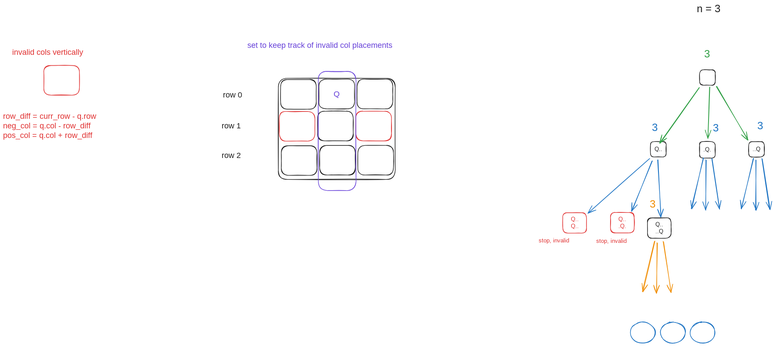
Above: DSA/LC/51_n-queens.excalidraw.svg in PabloNicolla/learning-ground (Excalidraw), before the change. Source tidied: one line per element, renumbered; positions are measured from the earlier drawing's top-left corner, leaving out a move shared by most shapes. Source of this version:
```json
{"id": 0, "type": "rectangle", "strokeColor": "#1e1e1e", "strokeWidth": 2, "roughness": 1, "round": true, "x": 2444, "y": 235, "width": 55, "height": 54}
{"id": 1, "type": "rectangle", "strokeColor": "#1e1e1e", "strokeWidth": 2, "roughness": 1, "round": true, "x": 2444, "y": 487, "width": 55, "height": 58}
{"id": 2, "type": "text", "text": ".Q.", "strokeColor": "#1e1e1e", "strokeWidth": 2, "roughness": 1, "fontSize": 20, "fontFamily": 3, "textAlign": "center", "verticalAlign": "middle", "inside": 1, "x": 2454, "y": 504, "width": 35, "height": 24}
{"id": 3, "type": "rectangle", "strokeColor": "#1e1e1e", "strokeWidth": 2, "roughness": 1, "round": true, "x": 2616, "y": 487, "width": 55, "height": 54}
{"id": 4, "type": "text", "text": "..Q", "strokeColor": "#1e1e1e", "strokeWidth": 2, "roughness": 1, "fontSize": 20, "fontFamily": 1, "textAlign": "center", "verticalAlign": "middle", "inside": 3, "x": 2631, "y": 501, "width": 25, "height": 25}
{"id": 5, "type": "rectangle", "strokeColor": "#1e1e1e", "strokeWidth": 2, "roughness": 1, "round": true, "x": 2272, "y": 487, "width": 55, "height": 54}
{"id": 6, "type": "text", "text": "Q..", "strokeColor": "#1e1e1e", "strokeWidth": 2, "roughness": 1, "fontSize": 20, "fontFamily": 3, "textAlign": "center", "verticalAlign": "middle", "inside": 5, "x": 2282, "y": 502, "width": 35, "height": 24}
{"id": 7, "type": "arrow", "strokeColor": "#2f9e44", "strokeWidth": 2, "roughness": 1, "endArrowhead": "arrow", "round": true, "from": 0, "to": 3, "x": 2503, "y": 294, "width": 111, "height": 188, "points": [[0, 0], [111, 188]]}
{"id": 8, "type": "arrow", "strokeColor": "#2f9e44", "strokeWidth": 2, "roughness": 1, "endArrowhead": "arrow", "round": true, "from": 0, "to": 1, "x": 2480, "y": 296, "width": 7, "height": 180, "points": [[0, 0], [-7, 180]]}
{"id": 9, "type": "arrow", "strokeColor": "#2f9e44", "strokeWidth": 2, "roughness": 1, "endArrowhead": "arrow", "round": true, "from": 0, "to": 13, "x": 2443, "y": 296, "width": 137, "height": 197, "points": [[0, 0], [-137, 197]]}
{"id": 10, "type": "text", "text": "3", "strokeColor": "#2f9e44", "strokeWidth": 2, "roughness": 1, "fontSize": 36, "fontFamily": 1, "x": 2461, "y": 159, "width": 25, "height": 45}
{"id": 11, "type": "text", "text": "3", "strokeColor": "#1971c2", "strokeWidth": 2, "roughness": 1, "fontSize": 36, "fontFamily": 1, "x": 2647, "y": 412, "width": 25, "height": 45}
{"id": 12, "type": "text", "text": "3", "strokeColor": "#1971c2", "strokeWidth": 2, "roughness": 1, "fontSize": 36, "fontFamily": 1, "x": 2491, "y": 420, "width": 25, "height": 45}
{"id": 13, "type": "text", "text": "3", "strokeColor": "#1971c2", "strokeWidth": 2, "roughness": 1, "fontSize": 36, "fontFamily": 1, "x": 2277, "y": 418, "width": 25, "height": 45}
{"id": 14, "type": "text", "text": "n = 3", "strokeColor": "#1e1e1e", "strokeWidth": 2, "roughness": 1, "fontSize": 36, "fontFamily": 1, "x": 2434, "y": 0, "width": 100, "height": 45}
{"id": 15, "type": "arrow", "strokeColor": "#1971c2", "strokeWidth": 2, "roughness": 1, "endArrowhead": "arrow", "round": true, "from": 1, "x": 2458, "y": 545, "width": 42, "height": 178, "points": [[0, 0], [-42, 178]]}
{"id": 16, "type": "arrow", "strokeColor": "#1971c2", "strokeWidth": 2, "roughness": 1, "endArrowhead": "arrow", "round": true, "from": 1, "x": 2467, "y": 551, "width": 1, "height": 176, "points": [[0, 0], [-1, 176]]}
{"id": 17, "type": "arrow", "strokeColor": "#1971c2", "strokeWidth": 2, "roughness": 1, "endArrowhead": "arrow", "round": true, "from": 1, "x": 2488, "y": 546, "width": 27, "height": 178, "points": [[0, 0], [27, 178]]}
{"id": 18, "type": "arrow", "strokeColor": "#1971c2", "strokeWidth": 2, "roughness": 1, "endArrowhead": "arrow", "round": true, "from": 3, "x": 2633, "y": 545, "width": 42, "height": 178, "points": [[0, 0], [-42, 178]]}
{"id": 19, "type": "arrow", "strokeColor": "#1971c2", "strokeWidth": 2, "roughness": 1, "endArrowhead": "arrow", "round": true, "from": 3, "x": 2642, "y": 551, "width": 1, "height": 176, "points": [[0, 0], [-1, 176]]}
{"id": 20, "type": "arrow", "strokeColor": "#1971c2", "strokeWidth": 2, "roughness": 1, "endArrowhead": "arrow", "round": true, "from": 3, "x": 2663, "y": 546, "width": 27, "height": 178, "points": [[0, 0], [27, 178]]}
{"id": 21, "type": "arrow", "strokeColor": "#1971c2", "strokeWidth": 2, "roughness": 1, "endArrowhead": "arrow", "round": true, "from": 5, "to": 24, "x": 2268, "y": 548, "width": 214, "height": 189, "points": [[0, 0], [-214, 189]]}
{"id": 22, "type": "arrow", "strokeColor": "#1971c2", "strokeWidth": 2, "roughness": 1, "endArrowhead": "arrow", "round": true, "from": 5, "to": 26, "x": 2277, "y": 555, "width": 71, "height": 176, "points": [[0, 0], [-71, 176]]}
{"id": 23, "type": "arrow", "strokeColor": "#1971c2", "strokeWidth": 2, "roughness": 1, "endArrowhead": "arrow", "round": true, "from": 5, "to": 28, "x": 2298, "y": 550, "width": 12, "height": 201, "points": [[0, 0], [12, 201]]}
{"id": 24, "type": "rectangle", "strokeColor": "#e03131", "strokeWidth": 2, "roughness": 1, "round": true, "x": 1964, "y": 737, "width": 83, "height": 72}
{"id": 25, "type": "text", "text": "Q..\nQ..", "strokeColor": "#e03131", "strokeWidth": 2, "roughness": 1, "fontSize": 20, "fontFamily": 3, "textAlign": "center", "verticalAlign": "middle", "inside": 24, "x": 1988, "y": 748, "width": 35, "height": 48}
{"id": 26, "type": "rectangle", "strokeColor": "#e03131", "strokeWidth": 2, "roughness": 1, "round": true, "x": 2132, "y": 736, "width": 83, "height": 72}
{"id": 27, "type": "text", "text": "Q..\n.Q.", "strokeColor": "#e03131", "strokeWidth": 2, "roughness": 1, "fontSize": 20, "fontFamily": 3, "textAlign": "center", "verticalAlign": "middle", "inside": 26, "x": 2155, "y": 748, "width": 35, "height": 48}
{"id": 28, "type": "rectangle", "strokeColor": "#1e1e1e", "strokeWidth": 2, "roughness": 1, "round": true, "x": 2261, "y": 755, "width": 83, "height": 72}
{"id": 29, "type": "text", "text": "Q..\n..Q", "strokeColor": "#1e1e1e", "strokeWidth": 2, "roughness": 1, "fontSize": 20, "fontFamily": 3, "textAlign": "center", "verticalAlign": "middle", "inside": 28, "x": 2285, "y": 766, "width": 35, "height": 48}
{"id": 30, "type": "arrow", "strokeColor": "#f08c00", "strokeWidth": 2, "roughness": 1, "endArrowhead": "arrow", "round": true, "from": 28, "x": 2286, "y": 837, "width": 42, "height": 178, "points": [[0, 0], [-42, 178]]}
{"id": 31, "type": "arrow", "strokeColor": "#f08c00", "strokeWidth": 2, "roughness": 1, "endArrowhead": "arrow", "round": true, "from": 28, "x": 2296, "y": 842, "width": 1, "height": 176, "points": [[0, 0], [-1, 176]]}
{"id": 32, "type": "arrow", "strokeColor": "#f08c00", "strokeWidth": 2, "roughness": 1, "endArrowhead": "arrow", "round": true, "from": 28, "x": 2317, "y": 838, "width": 27, "height": 178, "points": [[0, 0], [27, 178]]}
{"id": 33, "type": "text", "text": "3", "strokeColor": "#f08c00", "strokeWidth": 2, "roughness": 1, "fontSize": 36, "fontFamily": 1, "x": 2270, "y": 687, "width": 25, "height": 45}
{"id": 34, "type": "text", "text": "stop, invalid", "strokeColor": "#e03131", "strokeWidth": 2, "roughness": 1, "fontSize": 20, "fontFamily": 3, "x": 1880, "y": 823, "width": 152, "height": 24}
{"id": 35, "type": "text", "text": "stop, invalid", "strokeColor": "#e03131", "strokeWidth": 2, "roughness": 1, "fontSize": 20, "fontFamily": 3, "x": 2082, "y": 824, "width": 152, "height": 24}
{"id": 36, "type": "ellipse", "strokeColor": "#1971c2", "strokeWidth": 2, "roughness": 1, "round": true, "x": 2201, "y": 1120, "width": 87, "height": 74}
{"id": 37, "type": "ellipse", "strokeColor": "#1971c2", "strokeWidth": 2, "roughness": 1, "round": true, "x": 2307, "y": 1120, "width": 87, "height": 74}
{"id": 38, "type": "ellipse", "strokeColor": "#1971c2", "strokeWidth": 2, "roughness": 1, "round": true, "x": 2411, "y": 1120, "width": 87, "height": 74}
{"id": 39, "type": "rectangle", "strokeColor": "#1e1e1e", "strokeWidth": 2, "roughness": 1, "round": true, "x": 966, "y": 265, "width": 410, "height": 355}
{"id": 40, "type": "rectangle", "strokeColor": "#1e1e1e", "strokeWidth": 2, "roughness": 1, "round": true, "x": 974, "y": 269, "width": 125, "height": 104}
{"id": 41, "type": "rectangle", "strokeColor": "#1e1e1e", "strokeWidth": 2, "roughness": 1, "round": true, "x": 1109, "y": 268, "width": 125, "height": 104}
{"id": 42, "type": "text", "text": "Q", "strokeColor": "#6741d9", "strokeWidth": 2, "roughness": 1, "fontSize": 28, "fontFamily": 3, "textAlign": "center", "verticalAlign": "middle", "inside": 41, "x": 1163, "y": 303, "width": 16, "height": 34}
{"id": 43, "type": "rectangle", "strokeColor": "#1e1e1e", "strokeWidth": 2, "roughness": 1, "round": true, "x": 1243, "y": 268, "width": 125, "height": 104}
{"id": 44, "type": "rectangle", "strokeColor": "#e03131", "strokeWidth": 2, "roughness": 1, "round": true, "x": 970, "y": 381, "width": 125, "height": 104}
{"id": 45, "type": "rectangle", "strokeColor": "#1e1e1e", "strokeWidth": 2, "roughness": 1, "round": true, "x": 1104, "y": 380, "width": 125, "height": 104}
{"id": 46, "type": "rectangle", "strokeColor": "#e03131", "strokeWidth": 2, "roughness": 1, "round": true, "x": 1238, "y": 380, "width": 125, "height": 104}
{"id": 47, "type": "rectangle", "strokeColor": "#1e1e1e", "strokeWidth": 2, "roughness": 1, "round": true, "x": 977, "y": 501, "width": 125, "height": 104}
{"id": 48, "type": "rectangle", "strokeColor": "#1e1e1e", "strokeWidth": 2, "roughness": 1, "round": true, "x": 1111, "y": 500, "width": 125, "height": 104}
{"id": 49, "type": "rectangle", "strokeColor": "#1e1e1e", "strokeWidth": 2, "roughness": 1, "round": true, "x": 1245, "y": 500, "width": 125, "height": 104}
{"id": 50, "type": "text", "text": "set to keep track of invalid col placements", "strokeColor": "#6741d9", "strokeWidth": 2, "roughness": 1, "fontSize": 28, "fontFamily": 3, "x": 858, "y": 132, "width": 705, "height": 34}
{"id": 51, "type": "rectangle", "strokeColor": "#6741d9", "strokeWidth": 2, "roughness": 1, "round": true, "x": 1107, "y": 241, "width": 132, "height": 418}
{"id": 52, "type": "text", "text": "row 0", "strokeColor": "#1e1e1e", "strokeWidth": 2, "roughness": 1, "fontSize": 28, "fontFamily": 3, "x": 772, "y": 307, "width": 82, "height": 34}
{"id": 53, "type": "text", "text": "row 1", "strokeColor": "#1e1e1e", "strokeWidth": 2, "roughness": 1, "fontSize": 28, "fontFamily": 3, "x": 768, "y": 414, "width": 82, "height": 34}
{"id": 54, "type": "text", "text": "row 2", "strokeColor": "#1e1e1e", "strokeWidth": 2, "roughness": 1, "fontSize": 28, "fontFamily": 3, "x": 768, "y": 519, "width": 82, "height": 34}
{"id": 55, "type": "rectangle", "strokeColor": "#e03131", "strokeWidth": 2, "roughness": 1, "round": true, "x": 144, "y": 220, "width": 125, "height": 104}
{"id": 56, "type": "text", "text": "invalid cols vertically", "strokeColor": "#e03131", "strokeWidth": 2, "roughness": 1, "fontSize": 28, "fontFamily": 3, "x": 33, "y": 157, "width": 377, "height": 34}
{"id": 57, "type": "text", "text": "row_diff = curr_row - q.row\nneg_col = q.col - row_diff\npos_col = q.col + row_diff", "strokeColor": "#e03131", "strokeWidth": 2, "roughness": 1, "fontSize": 28, "fontFamily": 3, "x": 0, "y": 381, "width": 443, "height": 101}
```
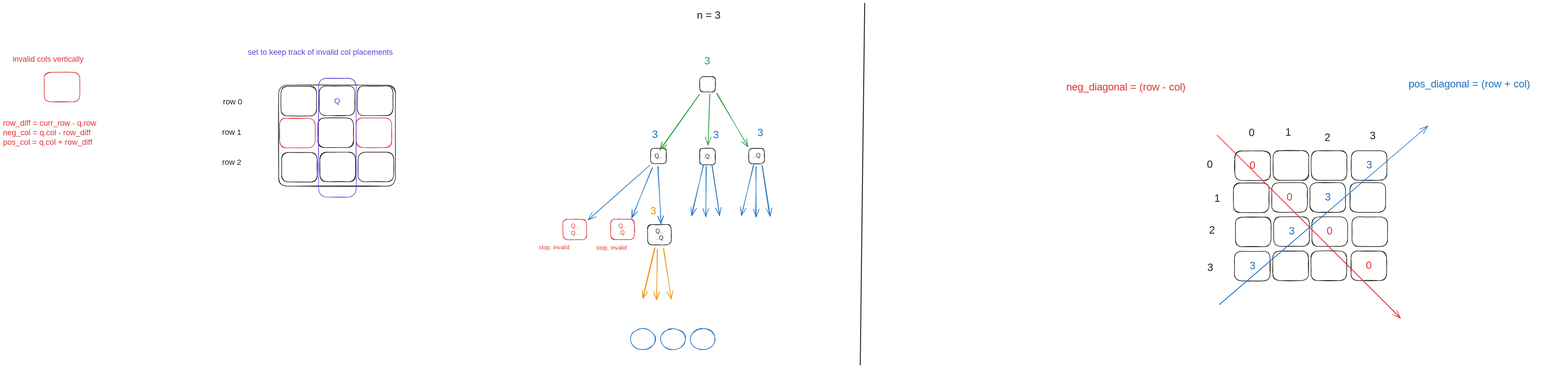
Later version of the same file.

The edit, as a diff of the source:
```diff
@@ -56,3 +56,40 @@
 {"id": 55, "type": "rectangle", "strokeColor": "#e03131", "strokeWidth": 2, "roughness": 1, "round": true, "x": 144, "y": 220, "width": 125, "height": 104}
 {"id": 56, "type": "text", "text": "invalid cols vertically", "strokeColor": "#e03131", "strokeWidth": 2, "roughness": 1, "fontSize": 28, "fontFamily": 3, "x": 33, "y": 157, "width": 377, "height": 34}
 {"id": 57, "type": "text", "text": "row_diff = curr_row - q.row\nneg_col = q.col - row_diff\npos_col = q.col + row_diff", "strokeColor": "#e03131", "strokeWidth": 2, "roughness": 1, "fontSize": 28, "fontFamily": 3, "x": 0, "y": 381, "width": 443, "height": 101}
+{"id": 58, "type": "line", "strokeColor": "#1e1e1e", "strokeWidth": 2, "roughness": 1, "round": true, "x": 3007, "y": 1249, "width": 17, "height": 1271, "points": [[0, 0], [17, -1271]]}
+{"id": 59, "type": "rectangle", "strokeColor": "#1e1e1e", "strokeWidth": 2, "roughness": 1, "round": true, "x": 4322, "y": 496, "width": 125, "height": 104}
+{"id": 60, "type": "text", "text": "0", "strokeColor": "#e03131", "strokeWidth": 2, "roughness": 1, "fontSize": 36, "fontFamily": 3, "textAlign": "center", "verticalAlign": "middle", "inside": 59, "x": 4374, "y": 527, "width": 21, "height": 43}
+{"id": 61, "type": "rectangle", "strokeColor": "#1e1e1e", "strokeWidth": 2, "roughness": 1, "round": true, "x": 4456, "y": 495, "width": 125, "height": 104}
+{"id": 62, "type": "rectangle", "strokeColor": "#1e1e1e", "strokeWidth": 2, "roughness": 1, "round": true, "x": 4590, "y": 495, "width": 125, "height": 104}
+{"id": 63, "type": "rectangle", "strokeColor": "#1e1e1e", "strokeWidth": 2, "roughness": 1, "round": true, "x": 4317, "y": 609, "width": 125, "height": 104}
+{"id": 64, "type": "rectangle", "strokeColor": "#1e1e1e", "strokeWidth": 2, "roughness": 1, "round": true, "x": 4452, "y": 608, "width": 125, "height": 104}
+{"id": 65, "type": "text", "text": "0", "strokeColor": "#e03131", "strokeWidth": 2, "roughness": 1, "fontSize": 36, "fontFamily": 3, "textAlign": "center", "verticalAlign": "middle", "inside": 64, "x": 4504, "y": 638, "width": 21, "height": 43}
+{"id": 66, "type": "rectangle", "strokeColor": "#1e1e1e", "strokeWidth": 2, "roughness": 1, "round": true, "x": 4586, "y": 608, "width": 125, "height": 104}
+{"id": 67, "type": "text", "text": "3", "strokeColor": "#1971c2", "strokeWidth": 2, "roughness": 1, "fontSize": 36, "fontFamily": 3, "textAlign": "center", "verticalAlign": "middle", "inside": 66, "x": 4638, "y": 638, "width": 21, "height": 43}
+{"id": 68, "type": "rectangle", "strokeColor": "#1e1e1e", "strokeWidth": 2, "roughness": 1, "round": true, "x": 4324, "y": 729, "width": 125, "height": 104}
+{"id": 69, "type": "rectangle", "strokeColor": "#1e1e1e", "strokeWidth": 2, "roughness": 1, "round": true, "x": 4459, "y": 728, "width": 125, "height": 104}
+{"id": 70, "type": "text", "text": "3", "strokeColor": "#1971c2", "strokeWidth": 2, "roughness": 1, "fontSize": 36, "fontFamily": 3, "textAlign": "center", "verticalAlign": "middle", "inside": 69, "x": 4511, "y": 758, "width": 21, "height": 43}
+{"id": 71, "type": "rectangle", "strokeColor": "#1e1e1e", "strokeWidth": 2, "roughness": 1, "round": true, "x": 4593, "y": 728, "width": 125, "height": 104}
+{"id": 72, "type": "text", "text": "0", "strokeColor": "#e03131", "strokeWidth": 2, "roughness": 1, "fontSize": 36, "fontFamily": 3, "textAlign": "center", "verticalAlign": "middle", "inside": 71, "x": 4645, "y": 758, "width": 21, "height": 43}
+{"id": 73, "type": "rectangle", "strokeColor": "#1e1e1e", "strokeWidth": 2, "roughness": 1, "round": true, "x": 4731, "y": 495, "width": 125, "height": 104}
+{"id": 74, "type": "text", "text": "3", "strokeColor": "#1971c2", "strokeWidth": 2, "roughness": 1, "fontSize": 36, "fontFamily": 3, "textAlign": "center", "verticalAlign": "middle", "inside": 73, "x": 4783, "y": 526, "width": 21, "height": 43}
+{"id": 75, "type": "rectangle", "strokeColor": "#1e1e1e", "strokeWidth": 2, "roughness": 1, "round": true, "x": 4726, "y": 608, "width": 125, "height": 104}
+{"id": 76, "type": "rectangle", "strokeColor": "#1e1e1e", "strokeWidth": 2, "roughness": 1, "round": true, "x": 4733, "y": 728, "width": 125, "height": 104}
+{"id": 77, "type": "rectangle", "strokeColor": "#1e1e1e", "strokeWidth": 2, "roughness": 1, "round": true, "x": 4321, "y": 849, "width": 125, "height": 104}
+{"id": 78, "type": "text", "text": "3", "strokeColor": "#1971c2", "strokeWidth": 2, "roughness": 1, "fontSize": 36, "fontFamily": 3, "textAlign": "center", "verticalAlign": "middle", "inside": 77, "x": 4373, "y": 879, "width": 21, "height": 43}
+{"id": 79, "type": "rectangle", "strokeColor": "#1e1e1e", "strokeWidth": 2, "roughness": 1, "round": true, "x": 4455, "y": 848, "width": 125, "height": 104}
+{"id": 80, "type": "rectangle", "strokeColor": "#1e1e1e", "strokeWidth": 2, "roughness": 1, "round": true, "x": 4589, "y": 848, "width": 125, "height": 104}
+{"id": 81, "type": "rectangle", "strokeColor": "#1e1e1e", "strokeWidth": 2, "roughness": 1, "round": true, "x": 4730, "y": 848, "width": 125, "height": 104}
+{"id": 82, "type": "text", "text": "0", "strokeColor": "#e03131", "strokeWidth": 2, "roughness": 1, "fontSize": 36, "fontFamily": 3, "textAlign": "center", "verticalAlign": "middle", "inside": 81, "x": 4782, "y": 878, "width": 21, "height": 43}
+{"id": 83, "type": "text", "text": "0", "strokeColor": "#1e1e1e", "strokeWidth": 2, "roughness": 1, "fontSize": 36, "fontFamily": 1, "x": 4223, "y": 523, "width": 25, "height": 45}
+{"id": 84, "type": "text", "text": "0", "strokeColor": "#1e1e1e", "strokeWidth": 2, "roughness": 1, "fontSize": 36, "fontFamily": 1, "x": 4370, "y": 413, "width": 25, "height": 45}
+{"id": 85, "type": "text", "text": "1", "strokeColor": "#1e1e1e", "strokeWidth": 2, "roughness": 1, "fontSize": 36, "fontFamily": 1, "x": 4500, "y": 411, "width": 10, "height": 45}
+{"id": 86, "type": "text", "text": "1", "strokeColor": "#1e1e1e", "strokeWidth": 2, "roughness": 1, "fontSize": 36, "fontFamily": 1, "x": 4250, "y": 643, "width": 10, "height": 45}
+{"id": 87, "type": "text", "text": "2", "strokeColor": "#1e1e1e", "strokeWidth": 2, "roughness": 1, "fontSize": 36, "fontFamily": 1, "x": 4231, "y": 755, "width": 26, "height": 45}
+{"id": 88, "type": "text", "text": "2", "strokeColor": "#1e1e1e", "strokeWidth": 2, "roughness": 1, "fontSize": 36, "fontFamily": 1, "x": 4637, "y": 428, "width": 26, "height": 45}
+{"id": 89, "type": "text", "text": "3", "strokeColor": "#1e1e1e", "strokeWidth": 2, "roughness": 1, "fontSize": 36, "fontFamily": 1, "x": 4795, "y": 423, "width": 25, "height": 45}
+{"id": 90, "type": "text", "text": "3", "strokeColor": "#1e1e1e", "strokeWidth": 2, "roughness": 1, "fontSize": 36, "fontFamily": 1, "x": 4225, "y": 886, "width": 25, "height": 45}
+{"id": 91, "type": "text", "text": "neg_diagonal = (row - col)", "strokeColor": "#e03131", "strokeWidth": 2, "roughness": 1, "fontSize": 36, "fontFamily": 3, "x": 3731, "y": 252, "width": 548, "height": 43}
+{"id": 92, "type": "text", "text": "pos_diagonal = (row + col)", "strokeColor": "#1971c2", "strokeWidth": 2, "roughness": 1, "fontSize": 36, "fontFamily": 3, "x": 4931, "y": 240, "width": 548, "height": 43}
+{"id": 93, "type": "arrow", "strokeColor": "#1971c2", "strokeWidth": 2, "roughness": 1, "endArrowhead": "arrow", "round": true, "x": 4268, "y": 1035, "width": 732, "height": 626, "points": [[0, 0], [732, -626]]}
+{"id": 94, "type": "arrow", "strokeColor": "#e03131", "strokeWidth": 2, "roughness": 1, "endArrowhead": "arrow", "round": true, "x": 4260, "y": 440, "width": 642, "height": 642, "points": [[0, 0], [642, 642]]}
```
